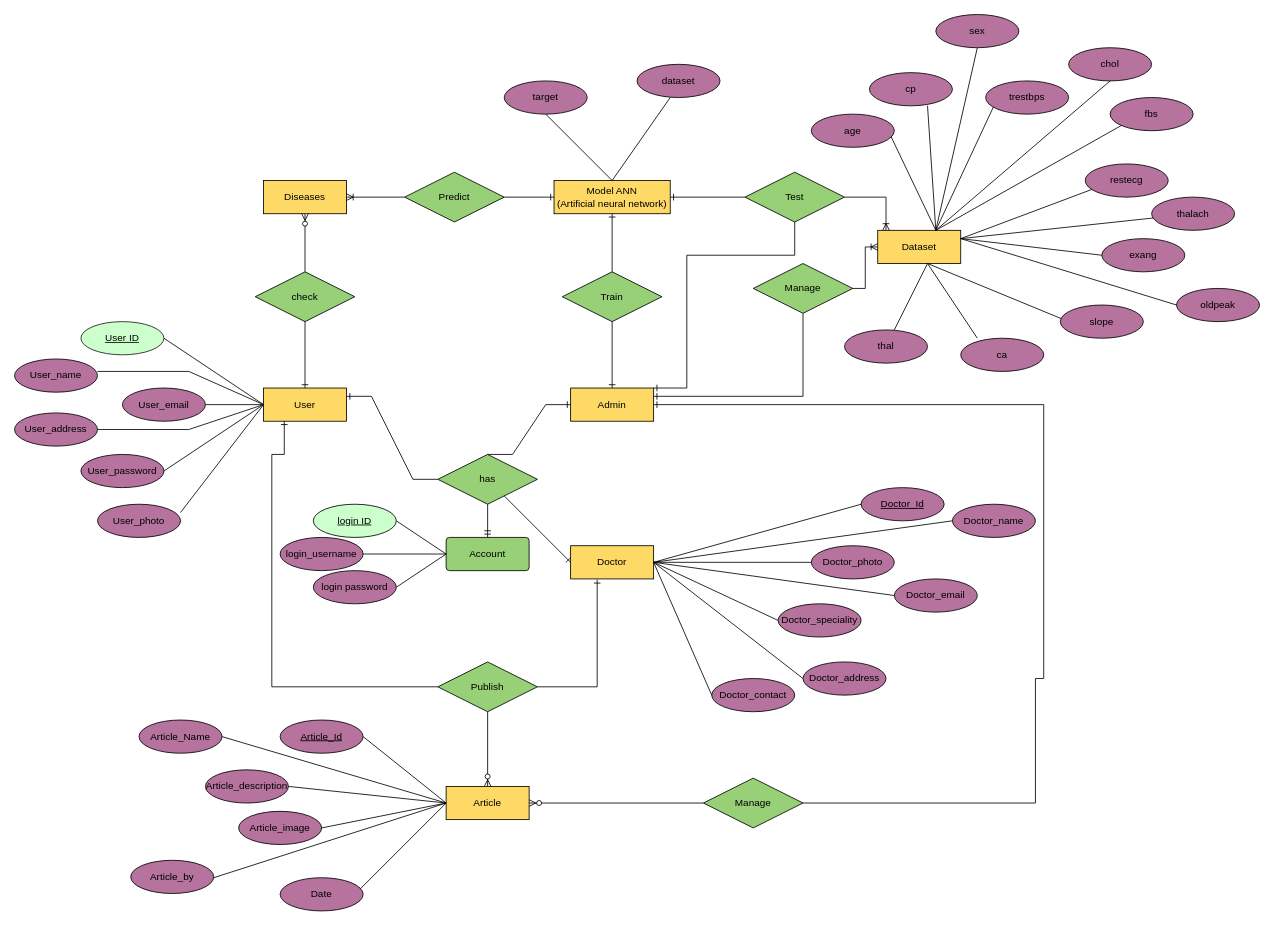
iqran-s-star/My-Portfolio keeps this draw.io diagram as page "Page-2" (2 of 3) of Untitled Diagram.drawio. Above is the earlier version. Source tidied: cells renumbered, new cells numbered last; positions are measured from the earlier drawing's top-left corner, leaving out a move shared by most shapes. Both pictures are drawn from the tidied source at 83%, with x=0, y=0 at pixel (14, 14).
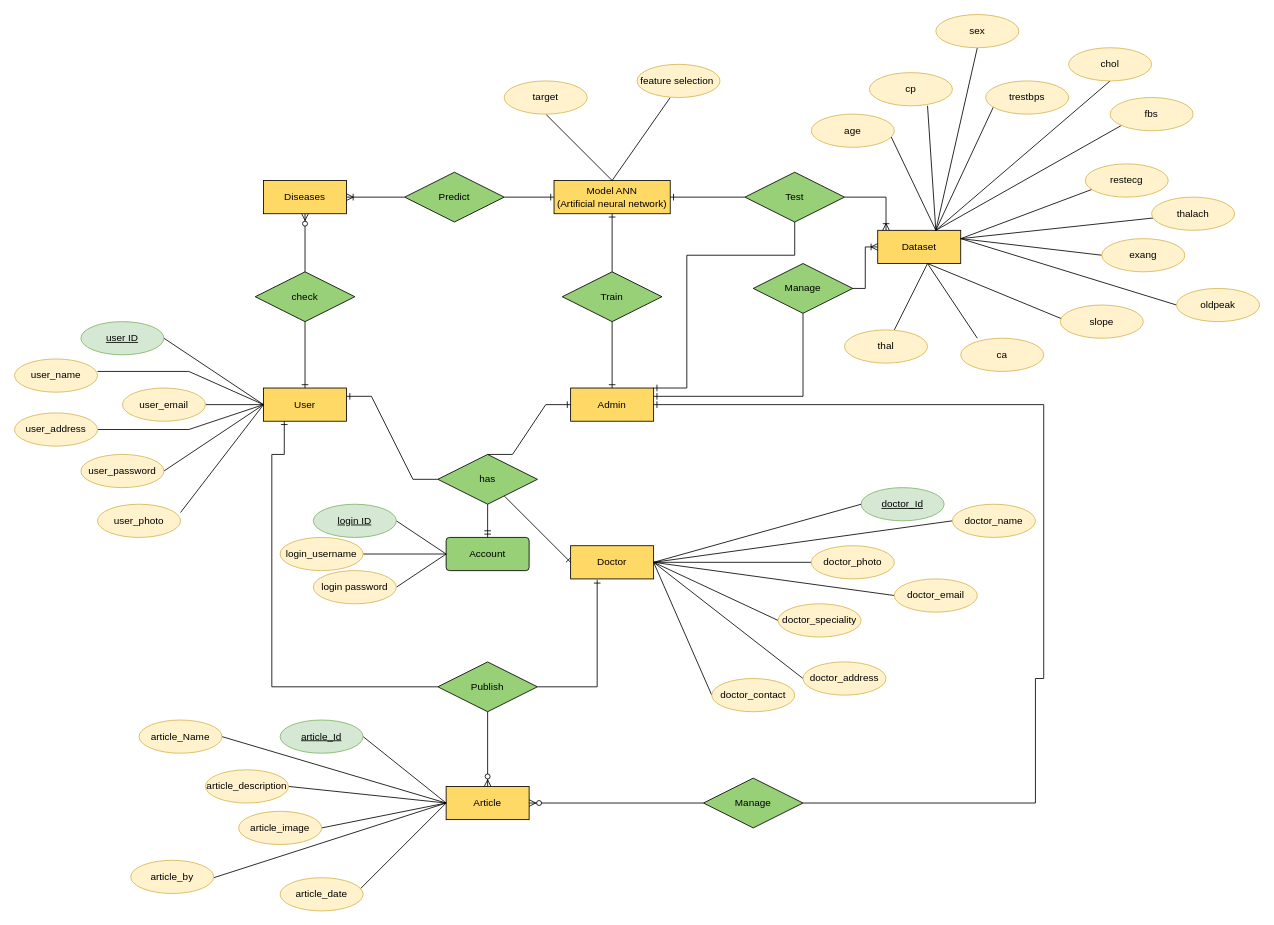
Above is the later version.

Change to the diagram source:
```diff
@@
-    <mxCell id="6" value="User ID" style="ellipse;whiteSpace=wrap;html=1;align=center;fontStyle=4;fillColor=#CCFFCC;strokeColor=#1A1A1A;" parent="1" vertex="1">
+    <mxCell id="6" value="user ID" style="ellipse;whiteSpace=wrap;html=1;align=center;fontStyle=4;fillColor=#d5e8d4;strokeColor=#82b366;" parent="1" vertex="1">
       <mxGeometry x="80" y="370" width="100" height="40" as="geometry" />
     </mxCell>
@@
-    <mxCell id="8" value="User_name" style="ellipse;whiteSpace=wrap;html=1;align=center;fillColor=#B5739D;" parent="1" vertex="1">
+    <mxCell id="8" value="user_name" style="ellipse;whiteSpace=wrap;html=1;align=center;fillColor=#fff2cc;strokeColor=#d6b656;" parent="1" vertex="1">
       <mxGeometry y="415" width="100" height="40" as="geometry" />
     </mxCell>
-    <mxCell id="9" value="User_email" style="ellipse;whiteSpace=wrap;html=1;align=center;fillColor=#B5739D;" parent="1" vertex="1">
+    <mxCell id="9" value="user_email" style="ellipse;whiteSpace=wrap;html=1;align=center;fillColor=#fff2cc;strokeColor=#d6b656;" parent="1" vertex="1">
       <mxGeometry x="130" y="450" width="100" height="40" as="geometry" />
     </mxCell>
@@
-    <mxCell id="11" value="User_address" style="ellipse;whiteSpace=wrap;html=1;align=center;fillColor=#B5739D;" parent="1" vertex="1">
+    <mxCell id="11" value="user_address" style="ellipse;whiteSpace=wrap;html=1;align=center;fillColor=#fff2cc;strokeColor=#d6b656;" parent="1" vertex="1">
       <mxGeometry y="480" width="100" height="40" as="geometry" />
     </mxCell>
@@
-    <mxCell id="13" value="User_password" style="ellipse;whiteSpace=wrap;html=1;align=center;fillColor=#B5739D;" parent="1" vertex="1">
+    <mxCell id="13" value="user_password" style="ellipse;whiteSpace=wrap;html=1;align=center;fillColor=#fff2cc;strokeColor=#d6b656;" parent="1" vertex="1">
       <mxGeometry x="80" y="530" width="100" height="40" as="geometry" />
     </mxCell>
@@
-    <mxCell id="21" value="login_username" style="ellipse;whiteSpace=wrap;html=1;align=center;fillColor=#B5739D;" parent="1" vertex="1">
+    <mxCell id="21" value="login_username" style="ellipse;whiteSpace=wrap;html=1;align=center;fillColor=#fff2cc;strokeColor=#d6b656;" parent="1" vertex="1">
       <mxGeometry x="320" y="630" width="100" height="40" as="geometry" />
     </mxCell>
-    <mxCell id="22" value="login password" style="ellipse;whiteSpace=wrap;html=1;align=center;fillColor=#B5739D;" parent="1" vertex="1">
+    <mxCell id="22" value="login password" style="ellipse;whiteSpace=wrap;html=1;align=center;fillColor=#fff2cc;strokeColor=#d6b656;" parent="1" vertex="1">
       <mxGeometry x="360" y="670" width="100" height="40" as="geometry" />
     </mxCell>
@@
-    <mxCell id="31" value="login ID" style="ellipse;whiteSpace=wrap;html=1;align=center;fontStyle=4;fillColor=#CCFFCC;" parent="1" vertex="1">
+    <mxCell id="31" value="login ID" style="ellipse;whiteSpace=wrap;html=1;align=center;fontStyle=4;fillColor=#d5e8d4;strokeColor=#82b366;" parent="1" vertex="1">
       <mxGeometry x="360" y="590" width="100" height="40" as="geometry" />
     </mxCell>
@@
-    <mxCell id="52" value="Doctor_name" style="ellipse;whiteSpace=wrap;html=1;align=center;fillColor=#B5739D;" parent="1" vertex="1">
+    <mxCell id="52" value="doctor_name" style="ellipse;whiteSpace=wrap;html=1;align=center;fillColor=#fff2cc;strokeColor=#d6b656;" parent="1" vertex="1">
       <mxGeometry x="1130" y="590" width="100" height="40" as="geometry" />
     </mxCell>
-    <mxCell id="53" value="Doctor_Id" style="ellipse;whiteSpace=wrap;html=1;align=center;fontStyle=4;fillColor=#B5739D;" parent="1" vertex="1">
+    <mxCell id="53" value="doctor_Id" style="ellipse;whiteSpace=wrap;html=1;align=center;fontStyle=4;fillColor=#d5e8d4;strokeColor=#82b366;" parent="1" vertex="1">
       <mxGeometry x="1020" y="570" width="100" height="40" as="geometry" />
     </mxCell>
@@
-    <mxCell id="56" value="Doctor_email" style="ellipse;whiteSpace=wrap;html=1;align=center;fillColor=#B5739D;" parent="1" vertex="1">
+    <mxCell id="56" value="doctor_email" style="ellipse;whiteSpace=wrap;html=1;align=center;fillColor=#fff2cc;strokeColor=#d6b656;" parent="1" vertex="1">
       <mxGeometry x="1060" y="680" width="100" height="40" as="geometry" />
     </mxCell>
@@
-    <mxCell id="58" value="Doctor_address" style="ellipse;whiteSpace=wrap;html=1;align=center;fillColor=#B5739D;" parent="1" vertex="1">
+    <mxCell id="58" value="doctor_address" style="ellipse;whiteSpace=wrap;html=1;align=center;fillColor=#fff2cc;strokeColor=#d6b656;" parent="1" vertex="1">
       <mxGeometry x="950" y="780" width="100" height="40" as="geometry" />
     </mxCell>
@@
-    <mxCell id="60" value="Doctor_speciality" style="ellipse;whiteSpace=wrap;html=1;align=center;fillColor=#B5739D;" parent="1" vertex="1">
+    <mxCell id="60" value="doctor_speciality" style="ellipse;whiteSpace=wrap;html=1;align=center;fillColor=#fff2cc;strokeColor=#d6b656;" parent="1" vertex="1">
       <mxGeometry x="920" y="710" width="100" height="40" as="geometry" />
     </mxCell>
@@
-    <mxCell id="62" value="Doctor_contact" style="ellipse;whiteSpace=wrap;html=1;align=center;fillColor=#B5739D;" parent="1" vertex="1">
+    <mxCell id="62" value="doctor_contact" style="ellipse;whiteSpace=wrap;html=1;align=center;fillColor=#fff2cc;strokeColor=#d6b656;" parent="1" vertex="1">
       <mxGeometry x="840" y="800" width="100" height="40" as="geometry" />
     </mxCell>
@@
-    <mxCell id="67" value="Article_Id" style="ellipse;whiteSpace=wrap;html=1;align=center;fontStyle=4;fillColor=#B5739D;" parent="1" vertex="1">
+    <mxCell id="67" value="article_Id" style="ellipse;whiteSpace=wrap;html=1;align=center;fontStyle=4;fillColor=#d5e8d4;strokeColor=#82b366;" parent="1" vertex="1">
       <mxGeometry x="320" y="850" width="100" height="40" as="geometry" />
     </mxCell>
@@
-    <mxCell id="69" value="Article_Name" style="ellipse;whiteSpace=wrap;html=1;align=center;fillColor=#B5739D;" parent="1" vertex="1">
+    <mxCell id="69" value="article_Name" style="ellipse;whiteSpace=wrap;html=1;align=center;fillColor=#fff2cc;strokeColor=#d6b656;" parent="1" vertex="1">
       <mxGeometry x="150" y="850" width="100" height="40" as="geometry" />
     </mxCell>
@@
-    <mxCell id="71" value="Article_description" style="ellipse;whiteSpace=wrap;html=1;align=center;fillColor=#B5739D;" parent="1" vertex="1">
+    <mxCell id="71" value="article_description" style="ellipse;whiteSpace=wrap;html=1;align=center;fillColor=#fff2cc;strokeColor=#d6b656;" parent="1" vertex="1">
       <mxGeometry x="230" y="910" width="100" height="40" as="geometry" />
     </mxCell>
@@
-    <mxCell id="73" value="Article_image" style="ellipse;whiteSpace=wrap;html=1;align=center;fillColor=#B5739D;" parent="1" vertex="1">
+    <mxCell id="73" value="article_image" style="ellipse;whiteSpace=wrap;html=1;align=center;fillColor=#fff2cc;strokeColor=#d6b656;" parent="1" vertex="1">
       <mxGeometry x="270" y="960" width="100" height="40" as="geometry" />
     </mxCell>
@@
-    <mxCell id="75" value="Doctor_photo" style="ellipse;whiteSpace=wrap;html=1;align=center;fillColor=#B5739D;" parent="1" vertex="1">
+    <mxCell id="75" value="doctor_photo" style="ellipse;whiteSpace=wrap;html=1;align=center;fillColor=#fff2cc;strokeColor=#d6b656;" parent="1" vertex="1">
       <mxGeometry x="960" y="640" width="100" height="40" as="geometry" />
     </mxCell>
@@
-    <mxCell id="77" value="Date" style="ellipse;whiteSpace=wrap;html=1;align=center;fillColor=#B5739D;" parent="1" vertex="1">
+    <mxCell id="77" value="article_date" style="ellipse;whiteSpace=wrap;html=1;align=center;fillColor=#fff2cc;strokeColor=#d6b656;" parent="1" vertex="1">
       <mxGeometry x="320" y="1040" width="100" height="40" as="geometry" />
     </mxCell>
@@
-    <mxCell id="79" value="Article_by" style="ellipse;whiteSpace=wrap;html=1;align=center;fillColor=#B5739D;" parent="1" vertex="1">
+    <mxCell id="79" value="article_by" style="ellipse;whiteSpace=wrap;html=1;align=center;fillColor=#fff2cc;strokeColor=#d6b656;" parent="1" vertex="1">
       <mxGeometry x="140" y="1019" width="100" height="40" as="geometry" />
     </mxCell>
@@
-    <mxCell id="81" value="User_photo" style="ellipse;whiteSpace=wrap;html=1;align=center;fillColor=#B5739D;" parent="1" vertex="1">
+    <mxCell id="81" value="user_photo" style="ellipse;whiteSpace=wrap;html=1;align=center;fillColor=#fff2cc;strokeColor=#d6b656;" parent="1" vertex="1">
       <mxGeometry x="100" y="590" width="100" height="40" as="geometry" />
     </mxCell>
@@
-    <mxCell id="95" value="age" style="ellipse;whiteSpace=wrap;html=1;align=center;fillColor=#B5739D;" parent="1" vertex="1">
+    <mxCell id="95" value="age" style="ellipse;whiteSpace=wrap;html=1;align=center;fillColor=#fff2cc;strokeColor=#d6b656;" parent="1" vertex="1">
       <mxGeometry x="960" y="120" width="100" height="40" as="geometry" />
     </mxCell>
-    <mxCell id="96" value="cp" style="ellipse;whiteSpace=wrap;html=1;align=center;fillColor=#B5739D;" parent="1" vertex="1">
+    <mxCell id="96" value="cp" style="ellipse;whiteSpace=wrap;html=1;align=center;fillColor=#fff2cc;strokeColor=#d6b656;" parent="1" vertex="1">
       <mxGeometry x="1030" y="70" width="100" height="40" as="geometry" />
     </mxCell>
-    <mxCell id="97" value="sex" style="ellipse;whiteSpace=wrap;html=1;align=center;fillColor=#B5739D;" parent="1" vertex="1">
+    <mxCell id="97" value="sex" style="ellipse;whiteSpace=wrap;html=1;align=center;fillColor=#fff2cc;strokeColor=#d6b656;" parent="1" vertex="1">
       <mxGeometry x="1110" width="100" height="40" as="geometry" />
     </mxCell>
-    <mxCell id="98" value="trestbps" style="ellipse;whiteSpace=wrap;html=1;align=center;fillColor=#B5739D;" parent="1" vertex="1">
+    <mxCell id="98" value="trestbps" style="ellipse;whiteSpace=wrap;html=1;align=center;fillColor=#fff2cc;strokeColor=#d6b656;" parent="1" vertex="1">
       <mxGeometry x="1170" y="80" width="100" height="40" as="geometry" />
     </mxCell>
-    <mxCell id="99" value="chol" style="ellipse;whiteSpace=wrap;html=1;align=center;fillColor=#B5739D;" parent="1" vertex="1">
+    <mxCell id="99" value="chol" style="ellipse;whiteSpace=wrap;html=1;align=center;fillColor=#fff2cc;strokeColor=#d6b656;" parent="1" vertex="1">
       <mxGeometry x="1270" y="40" width="100" height="40" as="geometry" />
     </mxCell>
-    <mxCell id="100" value="fbs" style="ellipse;whiteSpace=wrap;html=1;align=center;fillColor=#B5739D;" parent="1" vertex="1">
+    <mxCell id="100" value="fbs" style="ellipse;whiteSpace=wrap;html=1;align=center;fillColor=#fff2cc;strokeColor=#d6b656;" parent="1" vertex="1">
       <mxGeometry x="1320" y="100" width="100" height="40" as="geometry" />
     </mxCell>
-    <mxCell id="101" value="restecg" style="ellipse;whiteSpace=wrap;html=1;align=center;fillColor=#B5739D;" parent="1" vertex="1">
+    <mxCell id="101" value="restecg" style="ellipse;whiteSpace=wrap;html=1;align=center;fillColor=#fff2cc;strokeColor=#d6b656;" parent="1" vertex="1">
       <mxGeometry x="1290" y="180" width="100" height="40" as="geometry" />
     </mxCell>
-    <mxCell id="102" value="thalach" style="ellipse;whiteSpace=wrap;html=1;align=center;fillColor=#B5739D;" parent="1" vertex="1">
+    <mxCell id="102" value="thalach" style="ellipse;whiteSpace=wrap;html=1;align=center;fillColor=#fff2cc;strokeColor=#d6b656;" parent="1" vertex="1">
       <mxGeometry x="1370" y="220" width="100" height="40" as="geometry" />
     </mxCell>
-    <mxCell id="103" value="exang" style="ellipse;whiteSpace=wrap;html=1;align=center;fillColor=#B5739D;" parent="1" vertex="1">
+    <mxCell id="103" value="exang" style="ellipse;whiteSpace=wrap;html=1;align=center;fillColor=#fff2cc;strokeColor=#d6b656;" parent="1" vertex="1">
       <mxGeometry x="1310" y="270" width="100" height="40" as="geometry" />
     </mxCell>
-    <mxCell id="104" value="oldpeak" style="ellipse;whiteSpace=wrap;html=1;align=center;fillColor=#B5739D;" parent="1" vertex="1">
+    <mxCell id="104" value="oldpeak" style="ellipse;whiteSpace=wrap;html=1;align=center;fillColor=#fff2cc;strokeColor=#d6b656;" parent="1" vertex="1">
       <mxGeometry x="1400" y="330" width="100" height="40" as="geometry" />
     </mxCell>
-    <mxCell id="105" value="slope" style="ellipse;whiteSpace=wrap;html=1;align=center;fillColor=#B5739D;" parent="1" vertex="1">
+    <mxCell id="105" value="slope" style="ellipse;whiteSpace=wrap;html=1;align=center;fillColor=#fff2cc;strokeColor=#d6b656;" parent="1" vertex="1">
       <mxGeometry x="1260" y="350" width="100" height="40" as="geometry" />
     </mxCell>
-    <mxCell id="106" value="ca" style="ellipse;whiteSpace=wrap;html=1;align=center;fillColor=#B5739D;" parent="1" vertex="1">
+    <mxCell id="106" value="ca" style="ellipse;whiteSpace=wrap;html=1;align=center;fillColor=#fff2cc;strokeColor=#d6b656;" parent="1" vertex="1">
       <mxGeometry x="1140" y="390" width="100" height="40" as="geometry" />
     </mxCell>
-    <mxCell id="107" value="thal" style="ellipse;whiteSpace=wrap;html=1;align=center;fillColor=#B5739D;" parent="1" vertex="1">
+    <mxCell id="107" value="thal" style="ellipse;whiteSpace=wrap;html=1;align=center;fillColor=#fff2cc;strokeColor=#d6b656;" parent="1" vertex="1">
       <mxGeometry x="1000" y="380" width="100" height="40" as="geometry" />
     </mxCell>
@@
-    <mxCell id="110" value="target" style="ellipse;whiteSpace=wrap;html=1;align=center;fillColor=#B5739D;" parent="1" vertex="1">
+    <mxCell id="110" value="target" style="ellipse;whiteSpace=wrap;html=1;align=center;fillColor=#fff2cc;strokeColor=#d6b656;" parent="1" vertex="1">
       <mxGeometry x="590" y="80" width="100" height="40" as="geometry" />
     </mxCell>
-    <mxCell id="111" value="dataset" style="ellipse;whiteSpace=wrap;html=1;align=center;fillColor=#B5739D;" parent="1" vertex="1">
+    <mxCell id="111" value="feature selection&amp;nbsp;" style="ellipse;whiteSpace=wrap;html=1;align=center;fillColor=#fff2cc;strokeColor=#d6b656;" parent="1" vertex="1">
       <mxGeometry x="750" y="60" width="100" height="40" as="geometry" />
     </mxCell>
```
